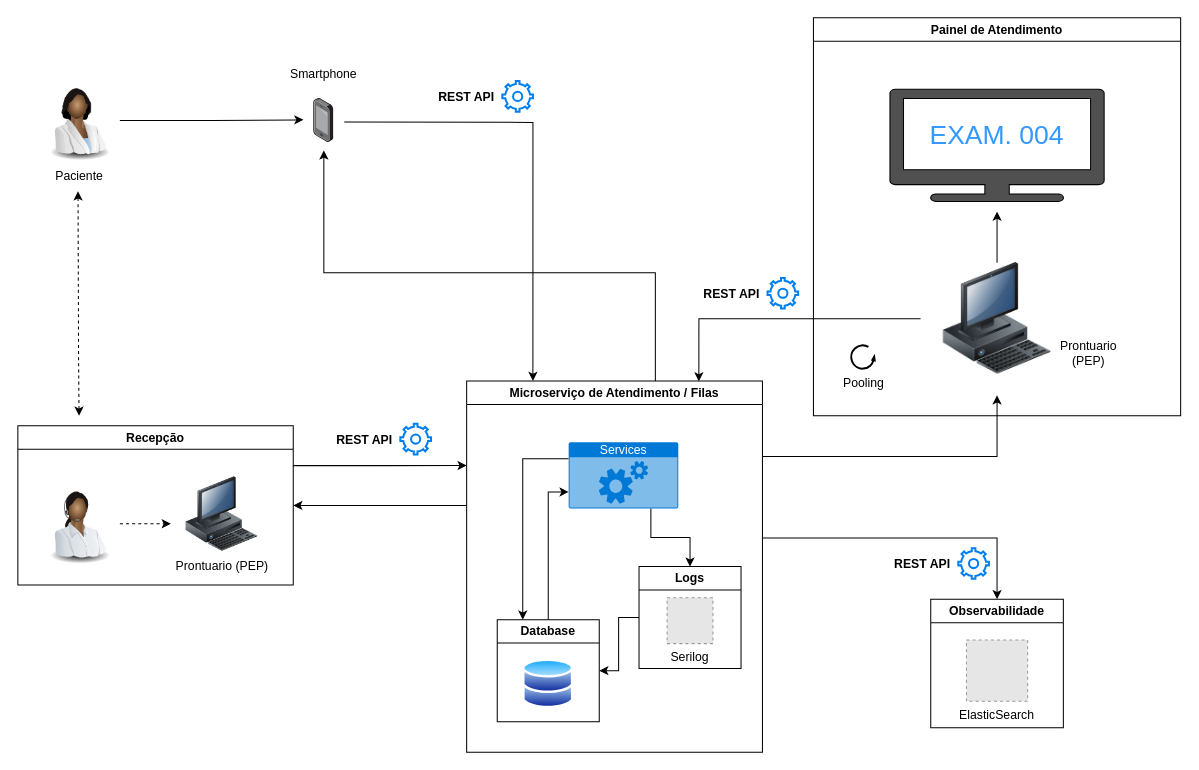
The draw.io diagram Apresentação/Draw/2.desenho_arq.drawio in FelipeDePaulaRosa/Microsservices-FIAP, before the edit. Source tidied: cells renumbered, new cells numbered last; positions are measured from the earlier drawing's top-left corner, leaving out a move shared by most shapes. Both pictures are drawn from the tidied source at 102%, with x=0, y=0 at pixel (17, 17). Pictures stored in the file or linked from it are replaced by grey dashed boxes.
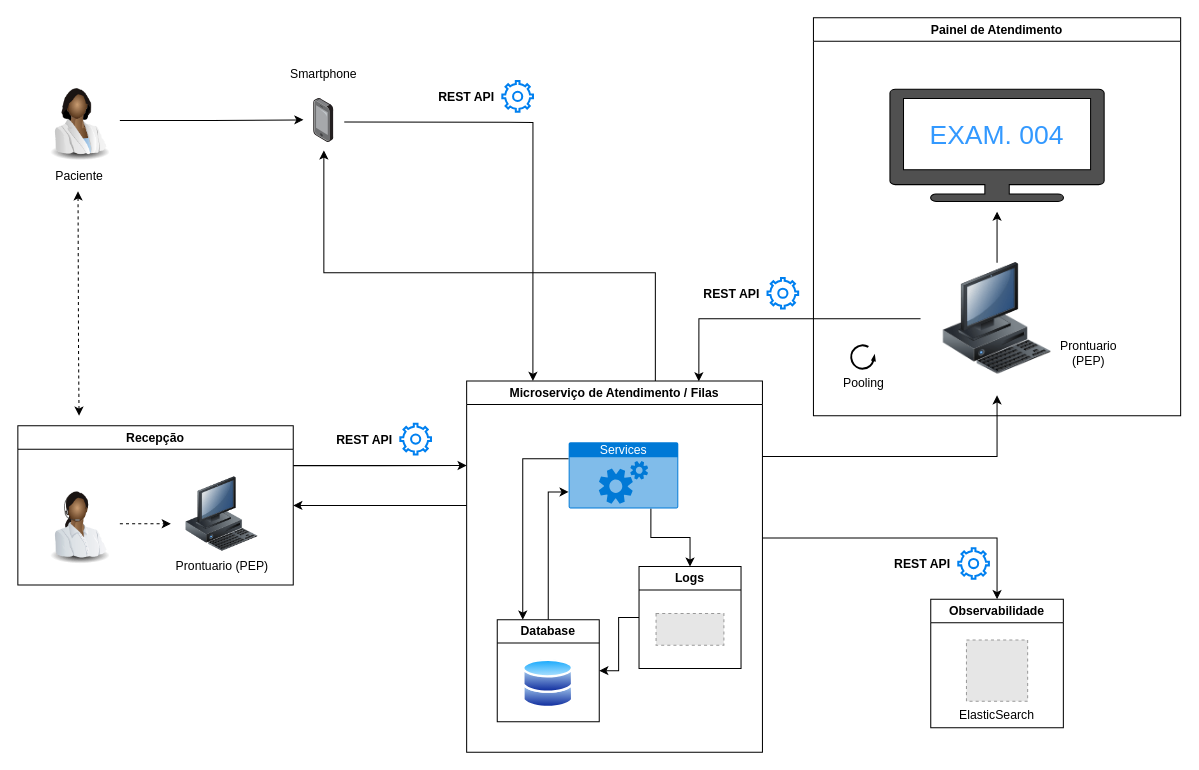
Above is the later version.

Commit message (it also covers changes not shown here):
Atualização de .ppt e desenho draw.io

The change refers to these unchanged cells:
```xml
<mxCell id="14" value="Logs" style="swimlane;whiteSpace=wrap;html=1;" parent="6" vertex="1">
  <mxGeometry x="169" y="182" width="100" height="100" as="geometry" />
</mxCell>
```

Diff of the diagram source:
```diff
@@
-    <mxCell id="15" value="Serilog" style="fillColor=#E6E6E6;strokeColor=#999999;dashed=1;verticalLabelPosition=bottom;labelBackgroundColor=default;verticalAlign=top;" parent="14" vertex="1">
-      <mxGeometry x="27.5" y="30.5" width="45" height="45" as="geometry" />
-    </mxCell>
+    <mxCell id="49" style="fillColor=#E6E6E6;strokeColor=#999999;dashed=1;verticalLabelPosition=bottom;labelBackgroundColor=default;verticalAlign=top;" parent="14" vertex="1">
+      <mxGeometry x="16.7" y="46" width="66.5" height="31" as="geometry" />
+    </mxCell>
```
